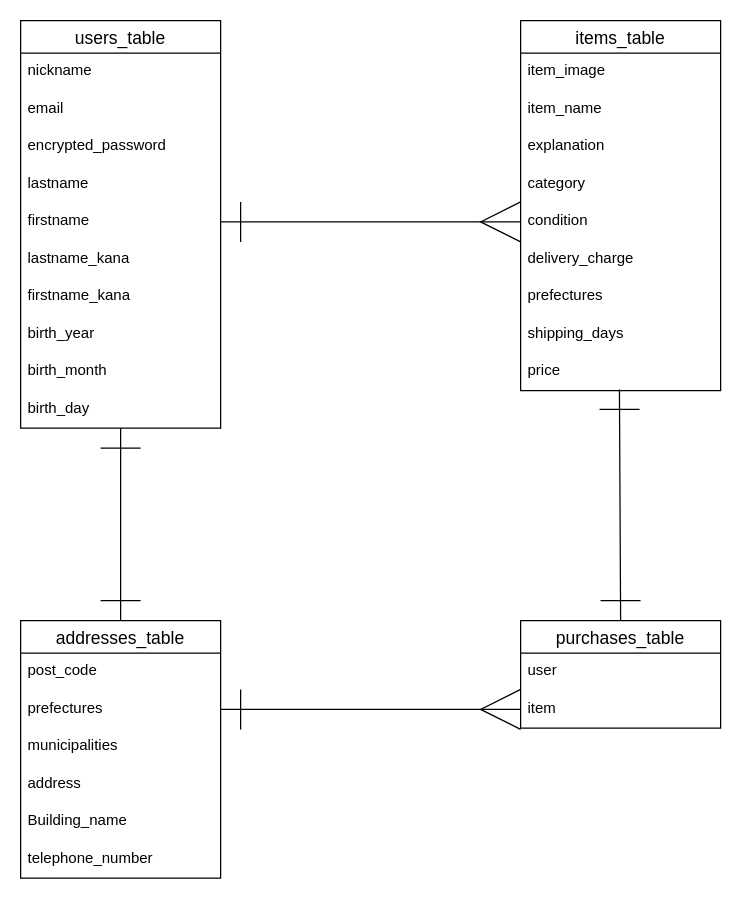
Before: er.dio in mymai8/furima-38921, a draw.io diagram. Source tidied: cells renumbered, new cells numbered last; positions are measured from the earlier drawing's top-left corner, leaving out a move shared by most shapes. Both pictures are drawn from the tidied source at 125%, with x=0, y=0 at pixel (20, 20).
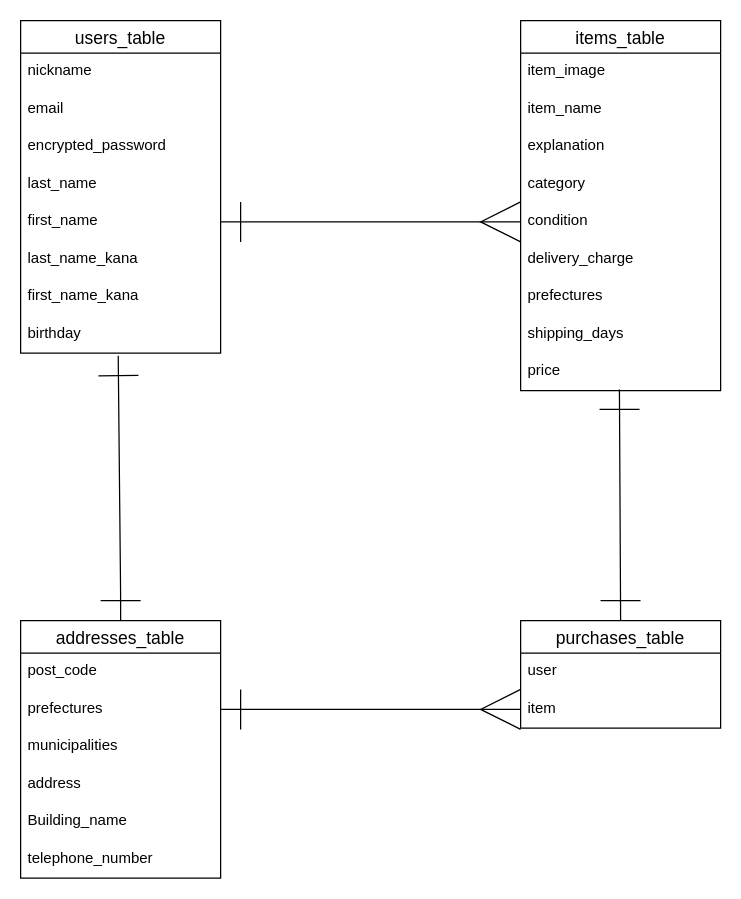
The same page after the edit.

Commit message (it also covers changes not shown here):
ED図・READMEの修正

The change refers to these unchanged cells:
```xml
<mxCell id="24" value="addresses_table" style="swimlane;fontStyle=0;horizontal=1;startSize=26;align=center;fontSize=14;" parent="1" vertex="1">
  <mxGeometry y="480" width="160" height="206" as="geometry" />
</mxCell>
```

Change to the diagram source:
```diff
@@
     <mxCell id="2" value="users_table" style="swimlane;fontStyle=0;horizontal=1;startSize=26;align=center;fontSize=14;" parent="1" vertex="1">
-      <mxGeometry width="160" height="326" as="geometry" />
+      <mxGeometry width="160" height="266" as="geometry" />
     </mxCell>
@@
-    <mxCell id="6" value="lastname" style="text;strokeColor=none;fillColor=none;spacingLeft=4;spacingRight=4;overflow=hidden;fontSize=12;" parent="2" vertex="1">
+    <mxCell id="6" value="last_name" style="text;strokeColor=none;fillColor=none;spacingLeft=4;spacingRight=4;overflow=hidden;fontSize=12;" parent="2" vertex="1">
       <mxGeometry y="116" width="160" height="30" as="geometry" />
     </mxCell>
-    <mxCell id="7" value="firstname" style="text;strokeColor=none;fillColor=none;spacingLeft=4;spacingRight=4;overflow=hidden;points=[[0,0.5],[1,0.5]];portConstraint=eastwest;fontSize=12;" parent="2" vertex="1">
+    <mxCell id="7" value="first_name" style="text;strokeColor=none;fillColor=none;spacingLeft=4;spacingRight=4;overflow=hidden;points=[[0,0.5],[1,0.5]];portConstraint=eastwest;fontSize=12;" parent="2" vertex="1">
       <mxGeometry y="146" width="160" height="30" as="geometry" />
     </mxCell>
-    <mxCell id="8" value="lastname_kana" style="text;strokeColor=none;fillColor=none;spacingLeft=4;spacingRight=4;overflow=hidden;fontSize=12;" parent="2" vertex="1">
+    <mxCell id="8" value="last_name_kana" style="text;strokeColor=none;fillColor=none;spacingLeft=4;spacingRight=4;overflow=hidden;fontSize=12;" parent="2" vertex="1">
       <mxGeometry y="176" width="160" height="30" as="geometry" />
     </mxCell>
-    <mxCell id="9" value="firstname_kana" style="text;strokeColor=none;fillColor=none;spacingLeft=4;spacingRight=4;overflow=hidden;fontSize=12;" parent="2" vertex="1">
+    <mxCell id="9" value="first_name_kana" style="text;strokeColor=none;fillColor=none;spacingLeft=4;spacingRight=4;overflow=hidden;fontSize=12;" parent="2" vertex="1">
       <mxGeometry y="206" width="160" height="30" as="geometry" />
     </mxCell>
-    <mxCell id="10" value="birth_year" style="text;strokeColor=none;fillColor=none;spacingLeft=4;spacingRight=4;overflow=hidden;points=[[0,0.5],[1,0.5]];portConstraint=eastwest;fontSize=12;" parent="2" vertex="1">
+    <mxCell id="10" value="birthday" style="text;strokeColor=none;fillColor=none;spacingLeft=4;spacingRight=4;overflow=hidden;points=[[0,0.5],[1,0.5]];portConstraint=eastwest;fontSize=12;" parent="2" vertex="1">
       <mxGeometry y="236" width="160" height="30" as="geometry" />
     </mxCell>
-    <mxCell id="11" value="birth_month" style="text;strokeColor=none;fillColor=none;spacingLeft=4;spacingRight=4;overflow=hidden;fontSize=12;" parent="2" vertex="1">
-      <mxGeometry y="266" width="160" height="30" as="geometry" />
-    </mxCell>
-    <mxCell id="12" value="birth_day" style="text;strokeColor=none;fillColor=none;spacingLeft=4;spacingRight=4;overflow=hidden;points=[[0,0.5],[1,0.5]];portConstraint=eastwest;fontSize=12;" parent="2" vertex="1">
-      <mxGeometry y="296" width="160" height="30" as="geometry" />
-    </mxCell>
@@
-    <mxCell id="31" style="edgeStyle=none;jumpSize=12;html=1;entryX=0.5;entryY=0;entryDx=0;entryDy=0;strokeWidth=1;startArrow=ERone;startFill=0;endArrow=ERone;endFill=0;startSize=30;endSize=30;" parent="1" edge="1" source="12" target="24">
+    <mxCell id="31" style="edgeStyle=none;jumpSize=12;html=1;entryX=0.5;entryY=0;entryDx=0;entryDy=0;strokeWidth=1;startArrow=ERone;startFill=0;endArrow=ERone;endFill=0;startSize=30;endSize=30;exitX=0.488;exitY=1.067;exitDx=0;exitDy=0;exitPerimeter=0;" parent="1" edge="1" source="10" target="24">
       <mxGeometry relative="1" as="geometry">
         <Array as="points">
           <mxPoint x="80" y="460" />
         </Array>
       </mxGeometry>
     </mxCell>
```
